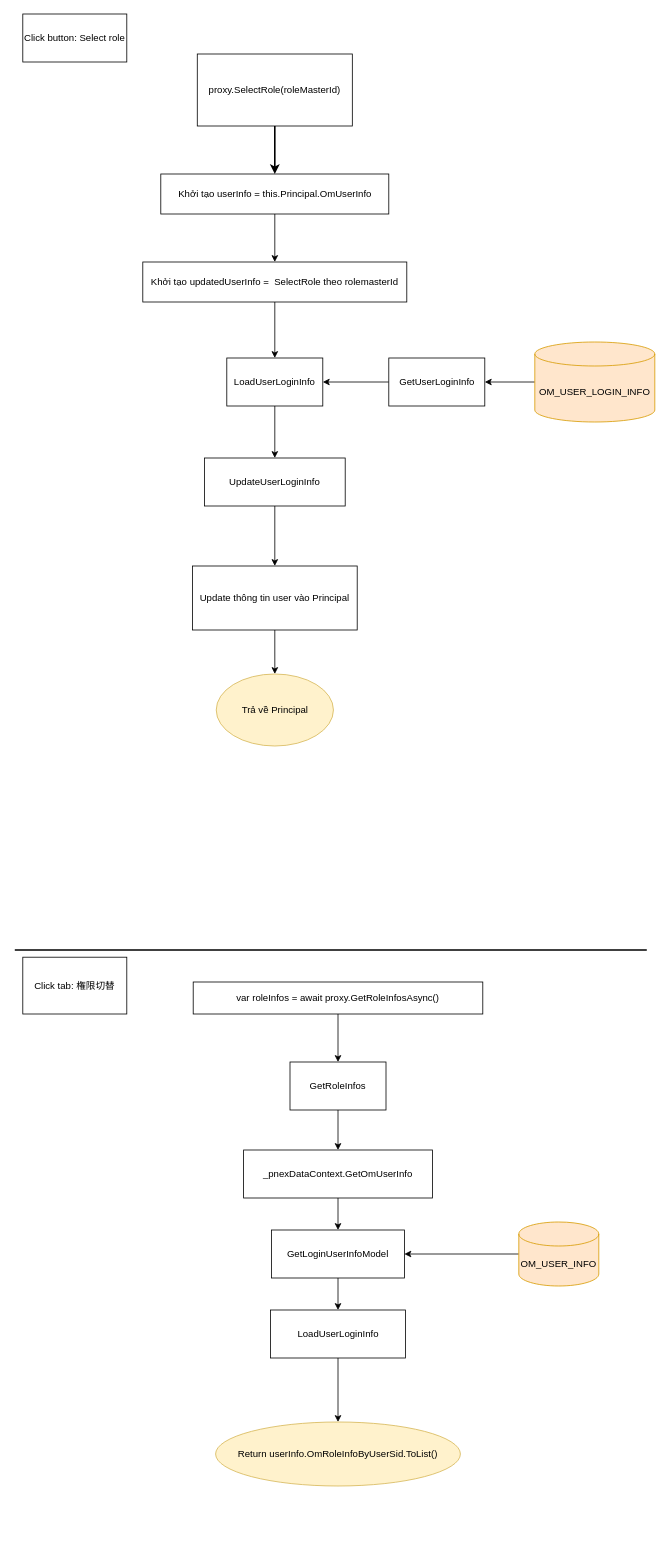
The draw.io diagram page "Server" (3 of 3) of Untitled Diagram.drawio in LikWiKi/CSharpBasic_NTQ, before the edit. Source tidied: cells renumbered, new cells numbered last; positions are measured from the earlier drawing's top-left corner, leaving out a move shared by most shapes. Both pictures are drawn from the tidied source at 80%, with x=0, y=0 at pixel (14, 14).
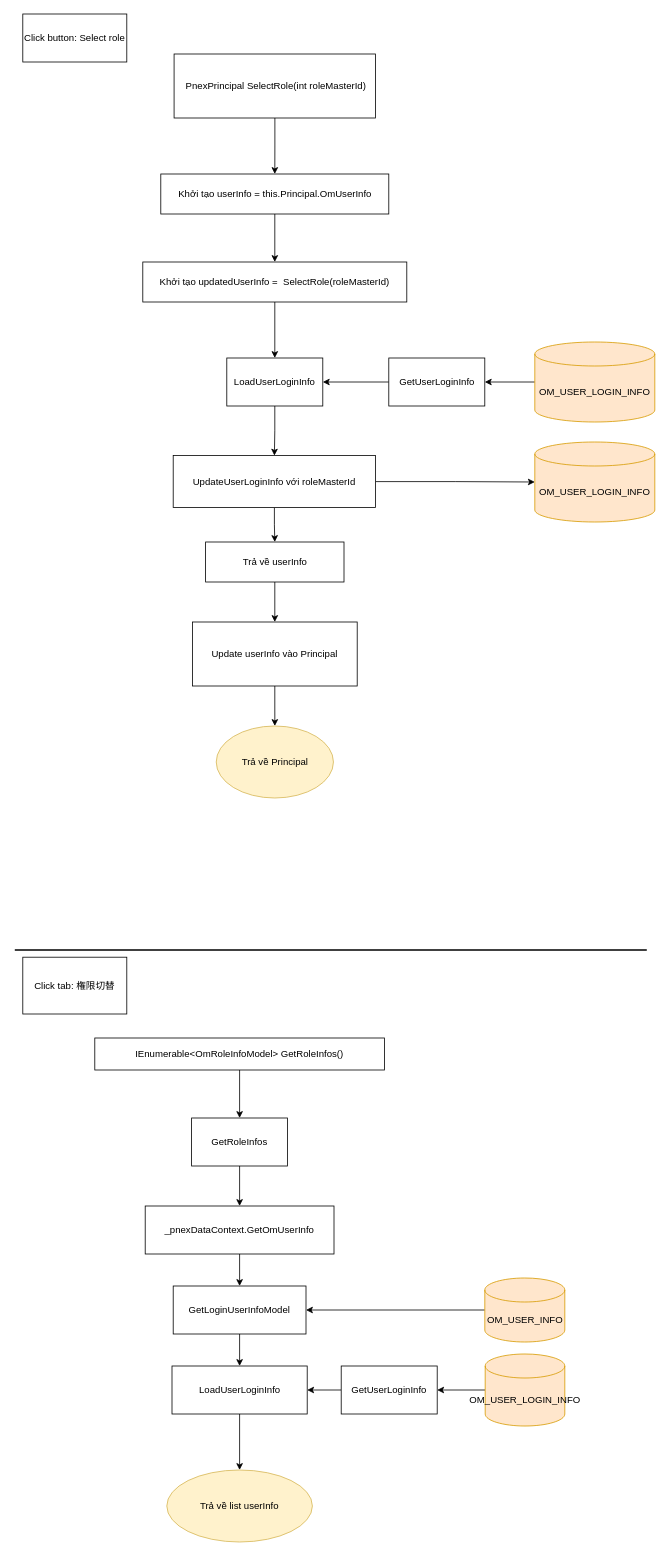
The same page after the edit.

Unchanged cells that the change refers to:
```xml
<mxCell id="4" value="Khởi tạo userInfo = this.Principal.OmUserInfo" style="rounded=0;whiteSpace=wrap;html=1;" parent="1" vertex="1">
  <mxGeometry x="182.5" y="200" width="285" height="50" as="geometry" />
</mxCell>
```

What changed in the source:
```diff
@@
-    <mxCell id="6" value="Khởi tạo&amp;nbsp;updatedUserInfo =&amp;nbsp; SelectRole theo rolemasterId" style="rounded=0;whiteSpace=wrap;html=1;" parent="1" vertex="1">
+    <mxCell id="6" value="Khởi tạo&amp;nbsp;updatedUserInfo =&amp;nbsp; SelectRole(roleMasterId)" style="rounded=0;whiteSpace=wrap;html=1;" parent="1" vertex="1">
       <mxGeometry x="160" y="310" width="330" height="50" as="geometry" />
     </mxCell>
@@
-    <mxCell id="8" value="Update thông tin user vào Principal" style="rounded=0;whiteSpace=wrap;html=1;" parent="1" vertex="1">
-      <mxGeometry x="222" y="690" width="206" height="80" as="geometry" />
+    <mxCell id="8" value="Update userInfo vào Principal" style="rounded=0;whiteSpace=wrap;html=1;" parent="1" vertex="1">
+      <mxGeometry x="222" y="760" width="206" height="80" as="geometry" />
     </mxCell>
     <mxCell id="9" value="Trả về Principal" style="ellipse;whiteSpace=wrap;html=1;fillColor=#fff2cc;strokeColor=#d6b656;" parent="1" vertex="1">
-      <mxGeometry x="251.8" y="825" width="146.5" height="90" as="geometry" />
+      <mxGeometry x="251.8" y="890" width="146.5" height="90" as="geometry" />
     </mxCell>
@@
-    <mxCell id="12" style="edgeStyle=orthogonalEdgeStyle;rounded=0;jettySize=auto;html=1;" parent="1" edge="1" source="13" target="8">
-      <mxGeometry relative="1" as="geometry" />
-    </mxCell>
+    <mxCell id="35" style="edgeStyle=orthogonalEdgeStyle;rounded=0;jettySize=auto;html=1;strokeWidth=1;" parent="1" edge="1" source="13" target="42">
+      <mxGeometry relative="1" as="geometry" />
+    </mxCell>
+    <mxCell id="36" style="edgeStyle=orthogonalEdgeStyle;rounded=0;jettySize=auto;html=1;entryX=0;entryY=0.5;entryDx=0;entryDy=0;entryPerimeter=0;strokeWidth=1;" parent="1" edge="1" source="13" target="43">
+      <mxGeometry relative="1" as="geometry" />
+    </mxCell>
-    <mxCell id="13" value="UpdateUserLoginInfo" style="rounded=0;whiteSpace=wrap;html=1;" parent="1" vertex="1">
-      <mxGeometry x="237" y="555" width="176" height="60" as="geometry" />
+    <mxCell id="13" value="UpdateUserLoginInfo với roleMasterId" style="rounded=0;whiteSpace=wrap;html=1;" parent="1" vertex="1">
+      <mxGeometry x="198" y="552" width="253" height="65" as="geometry" />
     </mxCell>
@@
     <mxCell id="19" value="GetRoleInfos" style="rounded=0;whiteSpace=wrap;html=1;" parent="1" vertex="1">
-      <mxGeometry x="344" y="1310" width="120" height="60" as="geometry" />
+      <mxGeometry x="221" y="1380" width="120" height="60" as="geometry" />
     </mxCell>
@@
     <mxCell id="22" value="_pnexDataContext.GetOmUserInfo" style="rounded=0;whiteSpace=wrap;html=1;" parent="1" vertex="1">
-      <mxGeometry x="286" y="1420" width="236" height="60" as="geometry" />
+      <mxGeometry x="163" y="1490" width="236" height="60" as="geometry" />
     </mxCell>
@@
     <mxCell id="24" value="GetLoginUserInfoModel" style="rounded=0;whiteSpace=wrap;html=1;" parent="1" vertex="1">
-      <mxGeometry x="321" y="1520" width="166" height="60" as="geometry" />
+      <mxGeometry x="198" y="1590" width="166" height="60" as="geometry" />
     </mxCell>
@@
     <mxCell id="26" value="OM_USER_INFO" style="shape=cylinder3;whiteSpace=wrap;html=1;boundedLbl=1;backgroundOutline=1;size=15;fillColor=#ffe6cc;strokeColor=#d79b00;" parent="1" vertex="1">
-      <mxGeometry x="630" y="1510" width="100" height="80" as="geometry" />
+      <mxGeometry x="587.5" y="1580" width="100" height="80" as="geometry" />
     </mxCell>
@@
     <mxCell id="28" value="LoadUserLoginInfo" style="rounded=0;whiteSpace=wrap;html=1;" parent="1" vertex="1">
-      <mxGeometry x="319.5" y="1620" width="169" height="60" as="geometry" />
+      <mxGeometry x="196.5" y="1690" width="169" height="60" as="geometry" />
     </mxCell>
-    <mxCell id="29" value="Return&amp;nbsp;userInfo.OmRoleInfoByUserSid.ToList()" style="ellipse;whiteSpace=wrap;html=1;fillColor=#fff2cc;strokeColor=#d6b656;" parent="1" vertex="1">
-      <mxGeometry x="251" y="1760" width="306" height="80" as="geometry" />
+    <mxCell id="29" value="Trả về list&amp;nbsp;userInfo" style="ellipse;whiteSpace=wrap;html=1;fillColor=#fff2cc;strokeColor=#d6b656;" parent="1" vertex="1">
+      <mxGeometry x="190" y="1820" width="182" height="90" as="geometry" />
     </mxCell>
@@
-    <mxCell id="31" value="var roleInfos = await proxy.GetRoleInfosAsync()" style="rounded=0;whiteSpace=wrap;html=1;" parent="1" vertex="1">
-      <mxGeometry x="223" y="1210" width="362" height="40" as="geometry" />
+    <mxCell id="31" value="IEnumerable&amp;lt;OmRoleInfoModel&amp;gt; GetRoleInfos()" style="rounded=0;whiteSpace=wrap;html=1;" parent="1" vertex="1">
+      <mxGeometry x="100" y="1280" width="362" height="40" as="geometry" />
     </mxCell>
@@
-    <mxCell id="33" style="edgeStyle=orthogonalEdgeStyle;rounded=0;jettySize=auto;html=1;strokeWidth=2;" parent="1" edge="1" source="34" target="4">
+    <mxCell id="33" style="edgeStyle=orthogonalEdgeStyle;rounded=0;jettySize=auto;html=1;strokeWidth=1;" parent="1" edge="1" source="34" target="4">
       <mxGeometry relative="1" as="geometry" />
     </mxCell>
-    <mxCell id="34" value="proxy.SelectRole(roleMasterId)" style="rounded=0;whiteSpace=wrap;html=1;" parent="1" vertex="1">
-      <mxGeometry x="228.1" y="50" width="193.8" height="90" as="geometry" />
+    <mxCell id="34" value="&amp;nbsp;PnexPrincipal SelectRole(int roleMasterId)" style="rounded=0;whiteSpace=wrap;html=1;" parent="1" vertex="1">
+      <mxGeometry x="199.1" y="50" width="251.9" height="80" as="geometry" />
     </mxCell>
+    <mxCell id="37" style="edgeStyle=orthogonalEdgeStyle;rounded=0;jettySize=auto;html=1;strokeWidth=1;" parent="1" edge="1" source="38" target="28">
+      <mxGeometry relative="1" as="geometry" />
+    </mxCell>
+    <mxCell id="38" value="GetUserLoginInfo" style="rounded=0;whiteSpace=wrap;html=1;" parent="1" vertex="1">
+      <mxGeometry x="408" y="1690" width="120" height="60" as="geometry" />
+    </mxCell>
+    <mxCell id="39" style="edgeStyle=orthogonalEdgeStyle;rounded=0;jettySize=auto;html=1;entryX=1;entryY=0.5;entryDx=0;entryDy=0;" parent="1" edge="1" source="40" target="38">
+      <mxGeometry relative="1" as="geometry" />
+    </mxCell>
+    <mxCell id="40" value="OM_USER_LOGIN_INFO" style="shape=cylinder3;whiteSpace=wrap;html=1;boundedLbl=1;backgroundOutline=1;size=15;fillColor=#ffe6cc;strokeColor=#d79b00;" parent="1" vertex="1">
+      <mxGeometry x="588" y="1675" width="99.5" height="90" as="geometry" />
+    </mxCell>
+    <mxCell id="41" style="edgeStyle=orthogonalEdgeStyle;rounded=0;jettySize=auto;html=1;strokeWidth=1;" parent="1" edge="1" source="42" target="8">
+      <mxGeometry relative="1" as="geometry" />
+    </mxCell>
+    <mxCell id="42" value="Trả về userInfo" style="rounded=0;whiteSpace=wrap;html=1;" parent="1" vertex="1">
+      <mxGeometry x="238.5" y="660" width="173" height="50" as="geometry" />
+    </mxCell>
+    <mxCell id="43" value="OM_USER_LOGIN_INFO" style="shape=cylinder3;whiteSpace=wrap;html=1;boundedLbl=1;backgroundOutline=1;size=15;fillColor=#ffe6cc;strokeColor=#d79b00;" parent="1" vertex="1">
+      <mxGeometry x="650" y="535" width="150" height="100" as="geometry" />
+    </mxCell>
```
